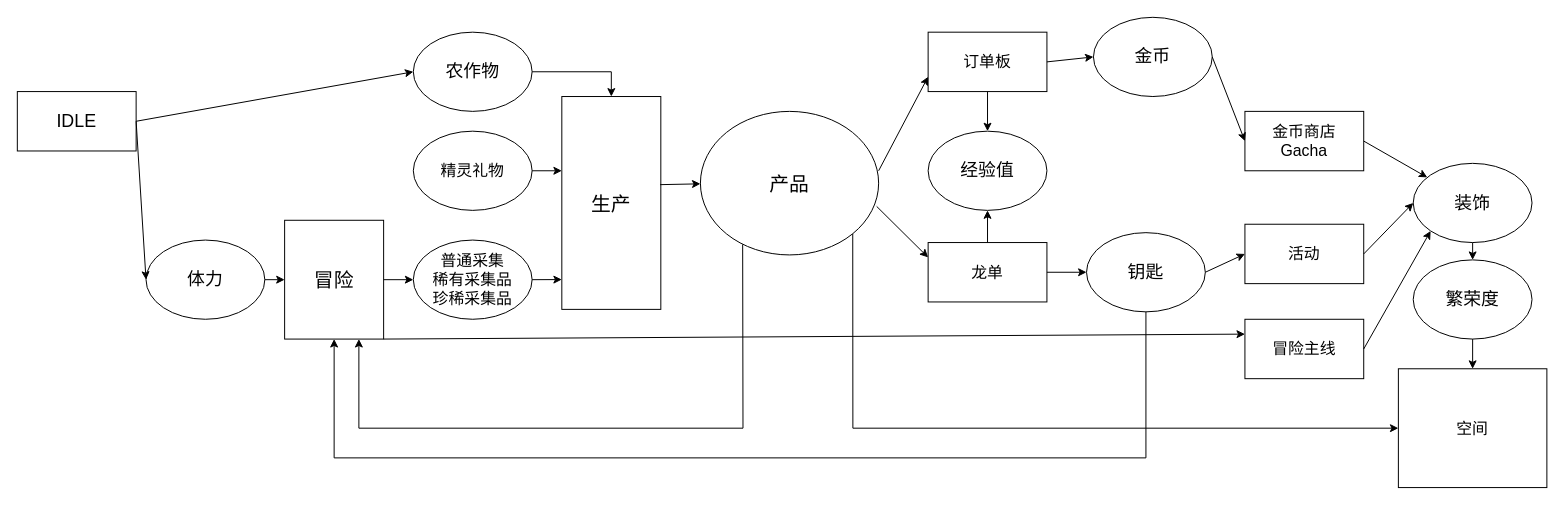
Earlier version of the draw.io diagram page "第 3 页" (2 of 3) of Untitled Diagram.drawio (fanyixin0428/towerdefencegame). Source tidied: cells renumbered, new cells numbered last; positions are measured from the earlier drawing's top-left corner, leaving out a move shared by most shapes. Both pictures are drawn from the tidied source at 99%, with x=0, y=0 at pixel (17, 17).
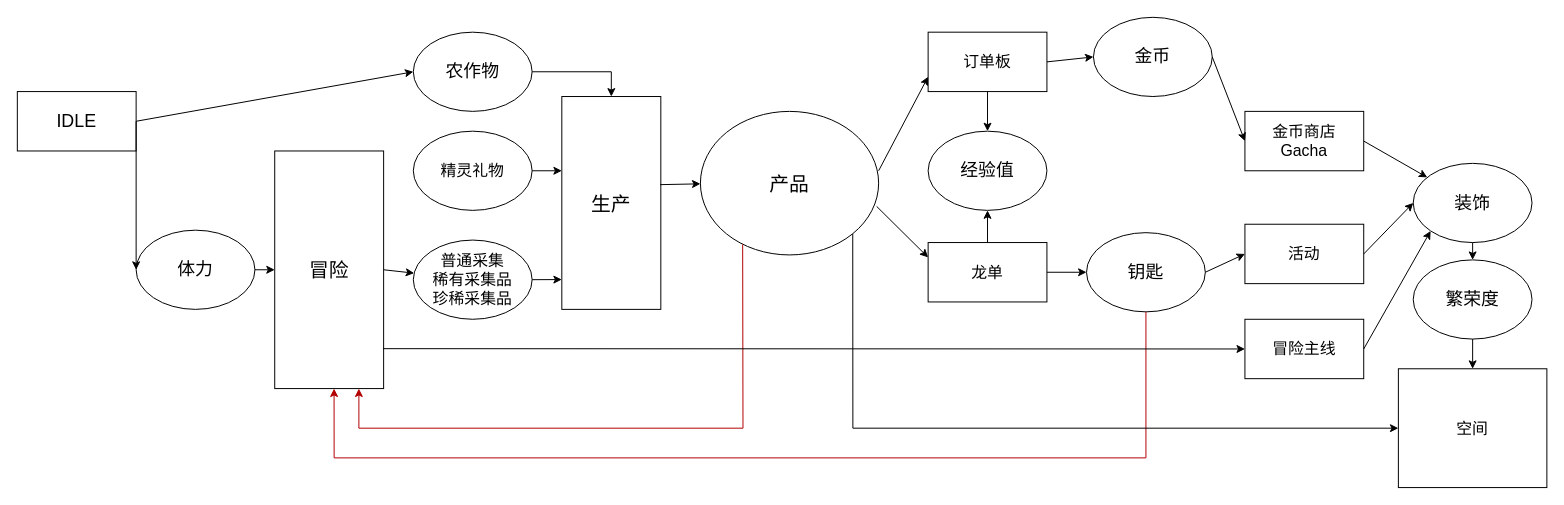
Above is the later version.

Unchanged cells that the change refers to:
```xml
<mxCell id="2" value="&lt;font style=&quot;font-size: 20px&quot;&gt;产品&lt;/font&gt;" style="ellipse;whiteSpace=wrap;html=1;fontSize=20;" parent="1" vertex="1">
  <mxGeometry x="690" y="95" width="180" height="145" as="geometry" />
</mxCell>
<mxCell id="25" value="钥匙" style="ellipse;whiteSpace=wrap;html=1;fontSize=18;" parent="1" vertex="1">
  <mxGeometry x="1080" y="217.5" width="120" height="80" as="geometry" />
</mxCell>
<mxCell id="34" value="冒险主线" style="rounded=0;whiteSpace=wrap;html=1;fontSize=16;" parent="1" vertex="1">
  <mxGeometry x="1240" y="305" width="120" height="60" as="geometry" />
</mxCell>
```

Diff of the diagram source:
```diff
@@
     <mxCell id="8" value="体力" style="ellipse;whiteSpace=wrap;html=1;fontSize=18;" parent="1" vertex="1">
-      <mxGeometry x="130" y="225" width="120" height="80" as="geometry" />
+      <mxGeometry x="120" y="215" width="120" height="80" as="geometry" />
     </mxCell>
@@
     <mxCell id="12" value="冒险" style="rounded=0;whiteSpace=wrap;html=1;fontSize=20;" parent="1" vertex="1">
-      <mxGeometry x="270" y="205" width="100" height="120" as="geometry" />
+      <mxGeometry x="260" y="135" width="110" height="240" as="geometry" />
     </mxCell>
@@
-    <mxCell id="38" style="endArrow=classic;html=1;rounded=0;fontSize=16;entryX=0.5;entryY=1;entryDx=0;entryDy=0;exitX=0.5;exitY=1;exitDx=0;exitDy=0;" parent="1" edge="1" source="25" target="12">
+    <mxCell id="38" style="endArrow=classic;html=1;rounded=0;fontSize=16;entryX=0.545;entryY=1;entryDx=0;entryDy=0;exitX=0.5;exitY=1;exitDx=0;exitDy=0;entryPerimeter=0;fillColor=#e51400;strokeColor=#B20000;" parent="1" edge="1" source="25" target="12">
       <mxGeometry relative="1" as="geometry">
         <Array as="points">
           <mxPoint x="1140" y="445" />
           <mxPoint x="320" y="445" />
         </Array>
       </mxGeometry>
     </mxCell>
-    <mxCell id="39" style="endArrow=classic;html=1;rounded=0;fontSize=16;exitX=0.237;exitY=0.927;exitDx=0;exitDy=0;exitPerimeter=0;entryX=0.75;entryY=1;entryDx=0;entryDy=0;" parent="1" edge="1" source="2" target="12">
+    <mxCell id="39" style="endArrow=classic;html=1;rounded=0;fontSize=16;exitX=0.237;exitY=0.927;exitDx=0;exitDy=0;exitPerimeter=0;fillColor=#e51400;strokeColor=#B20000;" parent="1" edge="1" source="2">
       <mxGeometry relative="1" as="geometry">
+        <mxPoint x="345" y="375" as="targetPoint" />
         <Array as="points">
           <mxPoint x="733" y="415" />
           <mxPoint x="345" y="415" />
         </Array>
       </mxGeometry>
     </mxCell>
@@
-    <mxCell id="45" style="endArrow=classic;html=1;rounded=0;fontSize=16;exitX=1;exitY=1;exitDx=0;exitDy=0;entryX=0;entryY=0.25;entryDx=0;entryDy=0;" parent="1" edge="1" source="12" target="34">
-      <mxGeometry relative="1" as="geometry" />
+    <mxCell id="45" style="endArrow=classic;html=1;rounded=0;fontSize=16;exitX=0.994;exitY=0.832;exitDx=0;exitDy=0;exitPerimeter=0;" parent="1" edge="1" source="12">
+      <mxGeometry relative="1" as="geometry">
+        <mxPoint x="1240" y="335" as="targetPoint" />
+      </mxGeometry>
     </mxCell>
```
